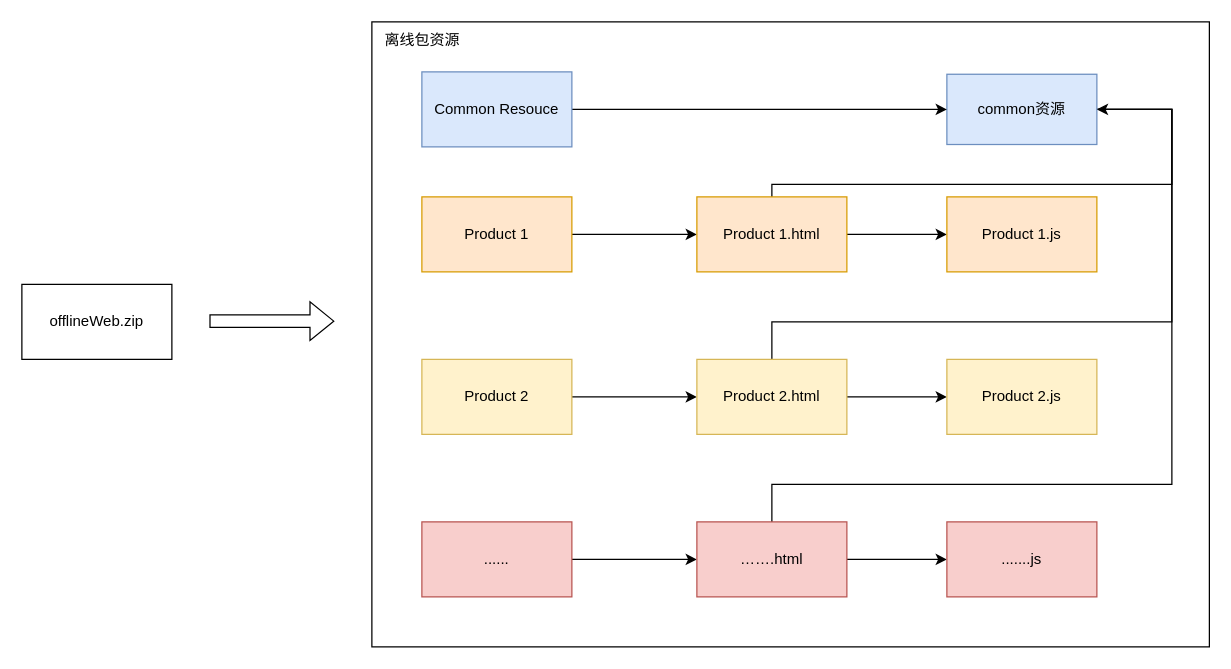
RexYao97/sfrex keeps this draw.io diagram as page "第 3 页" (3 of 8) of useVerify/未命名绘图.drawio. Above is the earlier version. Source tidied: cells renumbered, new cells numbered last; positions are measured from the earlier drawing's top-left corner, leaving out a move shared by most shapes. Both pictures are drawn from the tidied source at 125%, with x=0, y=0 at pixel (21, 21).
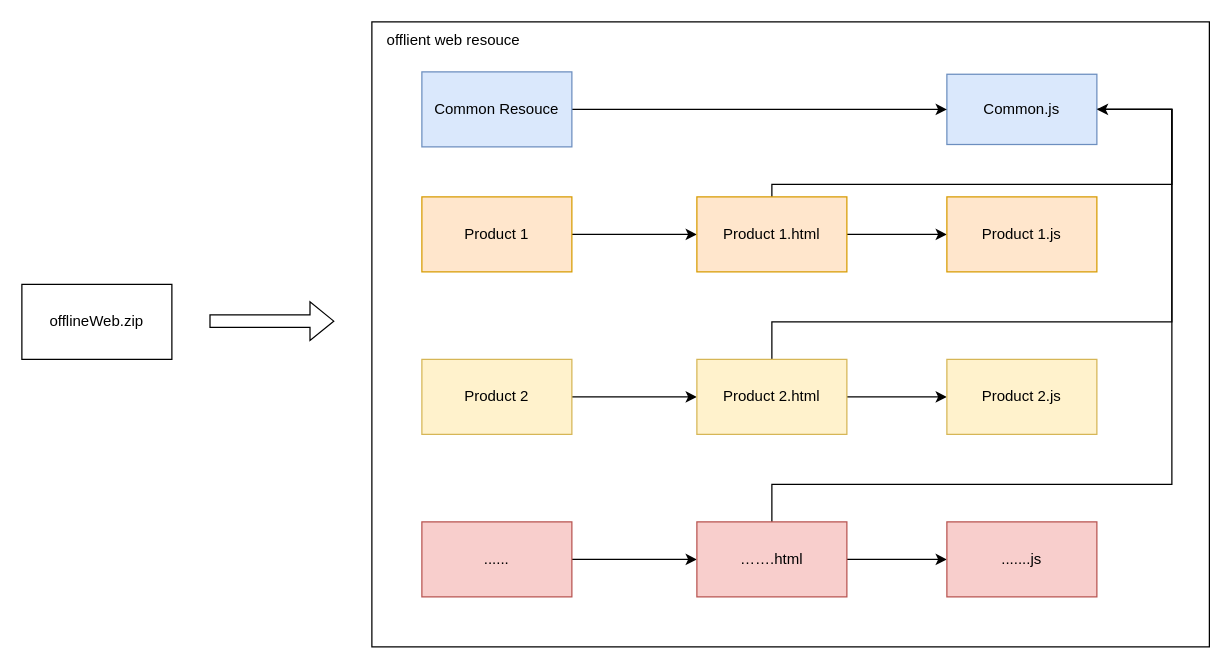
Above is the later version.

Diff of the diagram source:
```diff
@@
-    <mxCell id="18" value="common资源" style="rounded=0;whiteSpace=wrap;html=1;fillColor=#dae8fc;strokeColor=#6c8ebf;" parent="1" vertex="1">
+    <mxCell id="18" value="Common.js" style="rounded=0;whiteSpace=wrap;html=1;fillColor=#dae8fc;strokeColor=#6c8ebf;" parent="1" vertex="1">
       <mxGeometry x="740" y="41.9" width="120" height="56.2" as="geometry" />
     </mxCell>
@@
-    <mxCell id="24" value="离线包资源" style="text;html=1;align=center;verticalAlign=middle;strokeColor=none;fillColor=none;" parent="1" vertex="1">
-      <mxGeometry x="280" width="80" height="30" as="geometry" />
+    <mxCell id="24" value="offlient web resouce" style="text;html=1;align=center;verticalAlign=middle;strokeColor=none;fillColor=none;" parent="1" vertex="1">
+      <mxGeometry x="280" width="130" height="30" as="geometry" />
     </mxCell>
```
